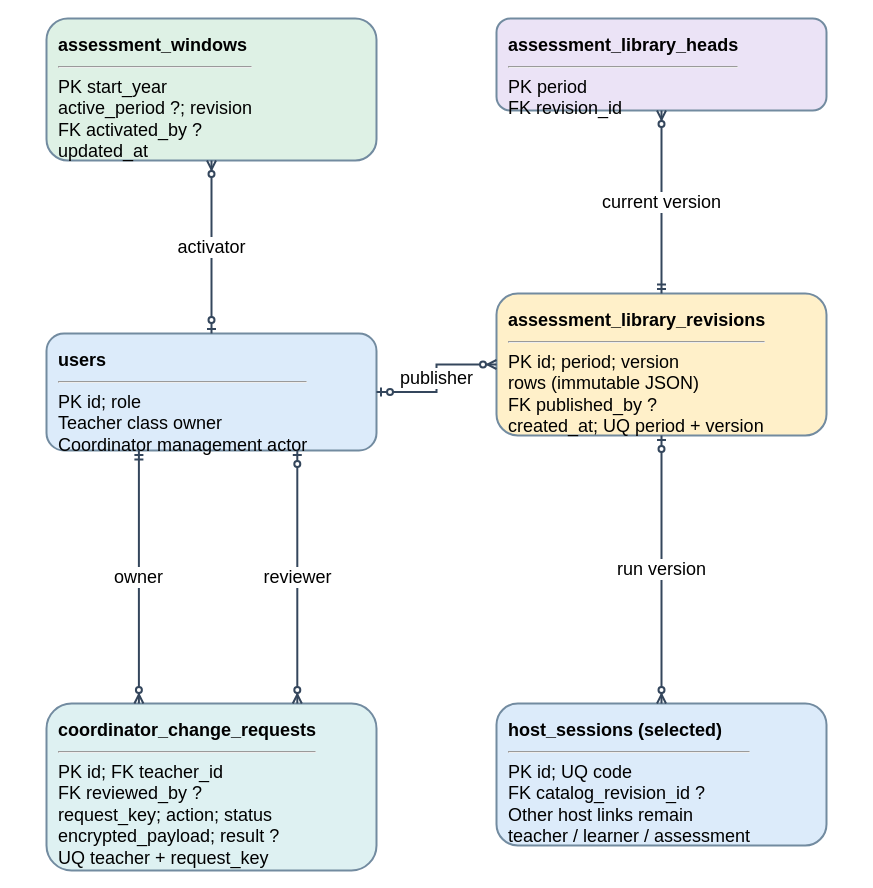
Above: docs/diagrams/class-workspaces/figure-26b-coordinator-erd.drawio in AkuSayangKamuJudaSayang/crl-app (draw.io), before the change. Source tidied: cells renumbered, new cells numbered last; positions are measured from the earlier drawing's top-left corner, leaving out a move shared by most shapes. Both pictures are drawn from the tidied source at 100%, with x=0, y=0 at pixel (46, 18).
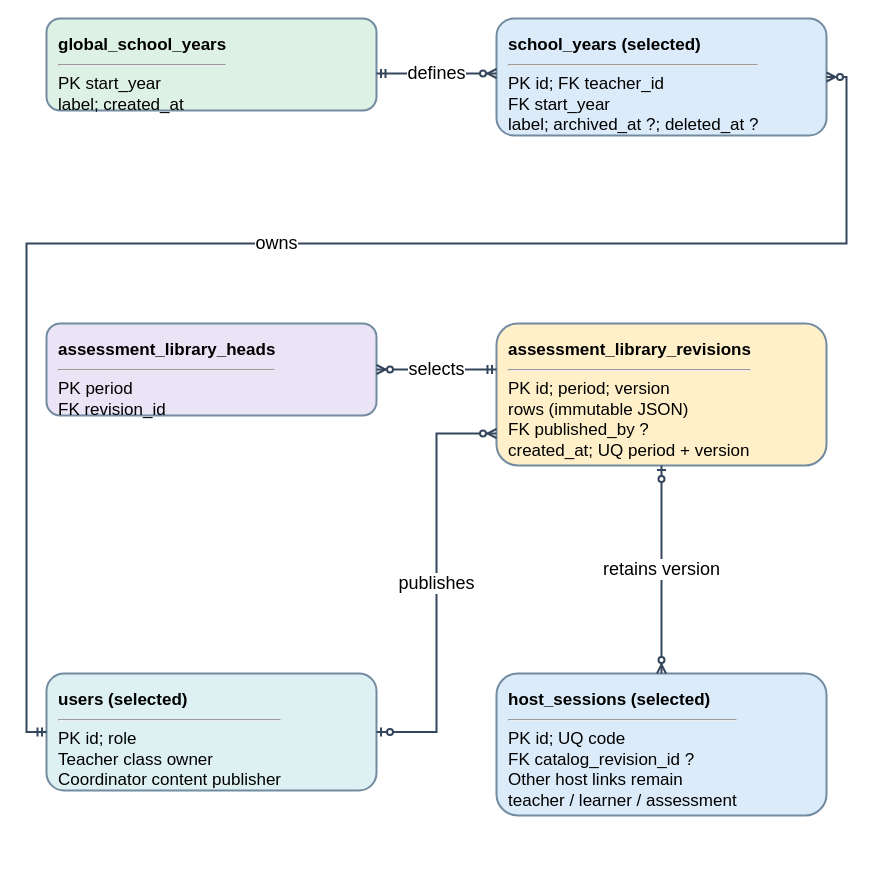
Above is the later version.

The edit, as a diff of the source:
```diff
@@
 <mxGraphModel>
   <root>
     <mxCell id="0" />
     <mxCell id="1" parent="0" />
-    <mxCell id="2" value="&lt;b&gt;assessment_windows&lt;/b&gt;&lt;br&gt;&lt;hr&gt;PK start_year&lt;br&gt;active_period ?; revision&lt;br&gt;FK activated_by ?&lt;br&gt;updated_at" style="rounded=1;html=1;whiteSpace=wrap;fillColor=#def1e5;strokeColor=#728ba0;strokeWidth=2;align=left;verticalAlign=top;spacing=12;fontSize=18;fontFamily=Arial;" parent="1" vertex="1">
-      <mxGeometry width="330" height="142" as="geometry" />
-    </mxCell>
+    <mxCell id="14" value="&lt;b&gt;global_school_years&lt;/b&gt;&lt;br&gt;&lt;hr&gt;PK start_year&lt;br&gt;label; created_at" style="rounded=1;html=1;whiteSpace=wrap;fillColor=#def1e5;strokeColor=#728ba0;strokeWidth=2;align=left;verticalAlign=top;spacing=12;fontSize=18;fontFamily=Arial;fontSize=17;" parent="1" vertex="1">
+      <mxGeometry width="330" height="92" as="geometry" />
+    </mxCell>
+    <mxCell id="15" value="&lt;b&gt;school_years (selected)&lt;/b&gt;&lt;br&gt;&lt;hr&gt;PK id; FK teacher_id&lt;br&gt;FK start_year&lt;br&gt;label; archived_at ?; deleted_at ?" style="rounded=1;html=1;whiteSpace=wrap;fillColor=#dcebfa;strokeColor=#728ba0;strokeWidth=2;align=left;verticalAlign=top;spacing=12;fontSize=18;fontFamily=Arial;fontSize=17;" parent="1" vertex="1">
+      <mxGeometry x="450" width="330" height="117" as="geometry" />
+    </mxCell>
-    <mxCell id="3" value="&lt;b&gt;assessment_library_heads&lt;/b&gt;&lt;br&gt;&lt;hr&gt;PK period&lt;br&gt;FK revision_id" style="rounded=1;html=1;whiteSpace=wrap;fillColor=#ebe3f6;strokeColor=#728ba0;strokeWidth=2;align=left;verticalAlign=top;spacing=12;fontSize=18;fontFamily=Arial;" parent="1" vertex="1">
-      <mxGeometry x="450" width="330" height="92" as="geometry" />
+    <mxCell id="3" value="&lt;b&gt;assessment_library_heads&lt;/b&gt;&lt;br&gt;&lt;hr&gt;PK period&lt;br&gt;FK revision_id" style="rounded=1;html=1;whiteSpace=wrap;fillColor=#ebe3f6;strokeColor=#728ba0;strokeWidth=2;align=left;verticalAlign=top;spacing=12;fontSize=18;fontFamily=Arial;fontSize=17;" parent="1" vertex="1">
+      <mxGeometry y="305" width="330" height="92" as="geometry" />
     </mxCell>
+    <mxCell id="5" value="&lt;b&gt;assessment_library_revisions&lt;/b&gt;&lt;br&gt;&lt;hr&gt;PK id; period; version&lt;br&gt;rows (immutable JSON)&lt;br&gt;FK published_by ?&lt;br&gt;created_at; UQ period + version" style="rounded=1;html=1;whiteSpace=wrap;fillColor=#fff0c9;strokeColor=#728ba0;strokeWidth=2;align=left;verticalAlign=top;spacing=12;fontSize=18;fontFamily=Arial;fontSize=17;" parent="1" vertex="1">
+      <mxGeometry x="450" y="305" width="330" height="142" as="geometry" />
+    </mxCell>
-    <mxCell id="4" value="&lt;b&gt;users&lt;/b&gt;&lt;br&gt;&lt;hr&gt;PK id; role&lt;br&gt;Teacher class owner&lt;br&gt;Coordinator management actor" style="rounded=1;html=1;whiteSpace=wrap;fillColor=#dcebfa;strokeColor=#728ba0;strokeWidth=2;align=left;verticalAlign=top;spacing=12;fontSize=18;fontFamily=Arial;" parent="1" vertex="1">
-      <mxGeometry y="315" width="330" height="117" as="geometry" />
+    <mxCell id="4" value="&lt;b&gt;users (selected)&lt;/b&gt;&lt;br&gt;&lt;hr&gt;PK id; role&lt;br&gt;Teacher class owner&lt;br&gt;Coordinator content publisher" style="rounded=1;html=1;whiteSpace=wrap;fillColor=#def1f2;strokeColor=#728ba0;strokeWidth=2;align=left;verticalAlign=top;spacing=12;fontSize=18;fontFamily=Arial;fontSize=17;" parent="1" vertex="1">
+      <mxGeometry y="655" width="330" height="117" as="geometry" />
     </mxCell>
-    <mxCell id="5" value="&lt;b&gt;assessment_library_revisions&lt;/b&gt;&lt;br&gt;&lt;hr&gt;PK id; period; version&lt;br&gt;rows (immutable JSON)&lt;br&gt;FK published_by ?&lt;br&gt;created_at; UQ period + version" style="rounded=1;html=1;whiteSpace=wrap;fillColor=#fff0c9;strokeColor=#728ba0;strokeWidth=2;align=left;verticalAlign=top;spacing=12;fontSize=18;fontFamily=Arial;" parent="1" vertex="1">
-      <mxGeometry x="450" y="275" width="330" height="142" as="geometry" />
-    </mxCell>
-    <mxCell id="6" value="&lt;b&gt;coordinator_change_requests&lt;/b&gt;&lt;br&gt;&lt;hr&gt;PK id; FK teacher_id&lt;br&gt;FK reviewed_by ?&lt;br&gt;request_key; action; status&lt;br&gt;encrypted_payload; result ?&lt;br&gt;UQ teacher + request_key" style="rounded=1;html=1;whiteSpace=wrap;fillColor=#def1f2;strokeColor=#728ba0;strokeWidth=2;align=left;verticalAlign=top;spacing=12;fontSize=18;fontFamily=Arial;" parent="1" vertex="1">
-      <mxGeometry y="685" width="330" height="167" as="geometry" />
-    </mxCell>
-    <mxCell id="7" value="&lt;b&gt;host_sessions (selected)&lt;/b&gt;&lt;br&gt;&lt;hr&gt;PK id; UQ code&lt;br&gt;FK catalog_revision_id ?&lt;br&gt;Other host links remain&lt;br&gt;teacher / learner / assessment" style="rounded=1;html=1;whiteSpace=wrap;fillColor=#dcebfa;strokeColor=#728ba0;strokeWidth=2;align=left;verticalAlign=top;spacing=12;fontSize=18;fontFamily=Arial;" parent="1" vertex="1">
-      <mxGeometry x="450" y="685" width="330" height="142" as="geometry" />
+    <mxCell id="7" value="&lt;b&gt;host_sessions (selected)&lt;/b&gt;&lt;br&gt;&lt;hr&gt;PK id; UQ code&lt;br&gt;FK catalog_revision_id ?&lt;br&gt;Other host links remain&lt;br&gt;teacher / learner / assessment" style="rounded=1;html=1;whiteSpace=wrap;fillColor=#dcebfa;strokeColor=#728ba0;strokeWidth=2;align=left;verticalAlign=top;spacing=12;fontSize=18;fontFamily=Arial;fontSize=17;" parent="1" vertex="1">
+      <mxGeometry x="450" y="655" width="330" height="142" as="geometry" />
     </mxCell>
-    <mxCell id="8" value="activator" style="edgeStyle=orthogonalEdgeStyle;rounded=0;html=1;endArrow=none;strokeColor=#34465c;strokeWidth=2;exitX=0.5;exitY=1;entryX=0.5;entryY=0;fontSize=18;labelBackgroundColor=#ffffff;startArrow=ERzeroToOne;endArrow=ERone;startArrow=ERzeroToMany;endArrow=ERzeroToOne;" parent="1" edge="1" source="2" target="4">
+    <mxCell id="8" value="defines" style="edgeStyle=orthogonalEdgeStyle;rounded=0;html=1;endArrow=none;strokeColor=#34465c;strokeWidth=2;exitX=1;exitY=0.597826;entryX=0;entryY=0.470085;fontSize=18;labelBackgroundColor=#ffffff;startArrow=ERmandOne;endArrow=ERzeroToMany;startArrow=ERmandOne;endArrow=ERzeroToMany;" parent="1" edge="1" source="14" target="15">
       <mxGeometry relative="1" as="geometry" />
     </mxCell>
-    <mxCell id="9" value="current version" style="edgeStyle=orthogonalEdgeStyle;rounded=0;html=1;endArrow=none;strokeColor=#34465c;strokeWidth=2;exitX=0.5;exitY=1;entryX=0.5;entryY=0;fontSize=18;labelBackgroundColor=#ffffff;startArrow=ERzeroToOne;endArrow=ERone;startArrow=ERzeroToMany;endArrow=ERmandOne;" parent="1" edge="1" source="3" target="5">
-      <mxGeometry relative="1" as="geometry" />
+    <mxCell id="9" value="owns" style="edgeStyle=orthogonalEdgeStyle;rounded=0;html=1;endArrow=none;strokeColor=#34465c;strokeWidth=2;exitX=0;exitY=0.5;entryX=1;entryY=0.5;fontSize=18;labelBackgroundColor=#ffffff;startArrow=ERmandOne;endArrow=ERzeroToMany;startArrow=ERmandOne;endArrow=ERzeroToMany;" parent="1" edge="1" source="4" target="15">
+      <mxGeometry relative="1" as="geometry">
+        <Array as="points">
+          <mxPoint x="-20" y="713.5" />
+          <mxPoint x="-20" y="225" />
+          <mxPoint x="800" y="225" />
+          <mxPoint x="800" y="58.5" />
+        </Array>
+      </mxGeometry>
     </mxCell>
-    <mxCell id="10" value="publisher" style="edgeStyle=orthogonalEdgeStyle;rounded=0;html=1;endArrow=none;strokeColor=#34465c;strokeWidth=2;exitX=1;exitY=0.5;entryX=0;entryY=0.5;fontSize=18;labelBackgroundColor=#ffffff;startArrow=ERzeroToOne;endArrow=ERzeroToMany;startArrow=ERzeroToOne;endArrow=ERzeroToMany;" parent="1" edge="1" source="4" target="5">
+    <mxCell id="10" value="selects" style="edgeStyle=orthogonalEdgeStyle;rounded=0;html=1;endArrow=none;strokeColor=#34465c;strokeWidth=2;exitX=1;exitY=0.5;entryX=0;entryY=0.323944;fontSize=18;labelBackgroundColor=#ffffff;startArrow=ERzeroToOne;endArrow=ERone;startArrow=ERzeroToMany;endArrow=ERmandOne;" parent="1" edge="1" source="3" target="5">
       <mxGeometry relative="1" as="geometry" />
     </mxCell>
-    <mxCell id="11" value="owner" style="edgeStyle=orthogonalEdgeStyle;rounded=0;html=1;endArrow=none;strokeColor=#34465c;strokeWidth=2;exitX=0.28;exitY=1;entryX=0.28;entryY=0;fontSize=18;labelBackgroundColor=#ffffff;startArrow=ERmandOne;endArrow=ERzeroToMany;startArrow=ERmandOne;endArrow=ERzeroToMany;" parent="1" edge="1" source="4" target="6">
-      <mxGeometry relative="1" as="geometry" />
+    <mxCell id="11" value="publishes" style="edgeStyle=orthogonalEdgeStyle;rounded=0;html=1;endArrow=none;strokeColor=#34465c;strokeWidth=2;exitX=1;exitY=0.5;entryX=0;entryY=0.774648;fontSize=18;labelBackgroundColor=#ffffff;startArrow=ERzeroToOne;endArrow=ERzeroToMany;startArrow=ERzeroToOne;endArrow=ERzeroToMany;" parent="1" edge="1" source="4" target="5">
+      <mxGeometry relative="1" as="geometry">
+        <Array as="points">
+          <mxPoint x="390" y="713.5" />
+          <mxPoint x="390" y="415" />
+        </Array>
+      </mxGeometry>
     </mxCell>
-    <mxCell id="12" value="reviewer" style="edgeStyle=orthogonalEdgeStyle;rounded=0;html=1;endArrow=none;strokeColor=#34465c;strokeWidth=2;exitX=0.76;exitY=1;entryX=0.76;entryY=0;fontSize=18;labelBackgroundColor=#ffffff;startArrow=ERzeroToOne;endArrow=ERzeroToMany;startArrow=ERzeroToOne;endArrow=ERzeroToMany;" parent="1" edge="1" source="4" target="6">
+    <mxCell id="12" value="retains version" style="edgeStyle=orthogonalEdgeStyle;rounded=0;html=1;endArrow=none;strokeColor=#34465c;strokeWidth=2;exitX=0.5;exitY=1;entryX=0.5;entryY=0;fontSize=18;labelBackgroundColor=#ffffff;startArrow=ERzeroToOne;endArrow=ERzeroToMany;startArrow=ERzeroToOne;endArrow=ERzeroToMany;" parent="1" edge="1" source="5" target="7">
       <mxGeometry relative="1" as="geometry" />
     </mxCell>
-    <mxCell id="13" value="run version" style="edgeStyle=orthogonalEdgeStyle;rounded=0;html=1;endArrow=none;strokeColor=#34465c;strokeWidth=2;exitX=0.5;exitY=1;entryX=0.5;entryY=0;fontSize=18;labelBackgroundColor=#ffffff;startArrow=ERzeroToOne;endArrow=ERzeroToMany;startArrow=ERzeroToOne;endArrow=ERzeroToMany;" parent="1" edge="1" source="5" target="7">
-      <mxGeometry relative="1" as="geometry" />
-    </mxCell>
   </root>
 </mxGraphModel>
```
